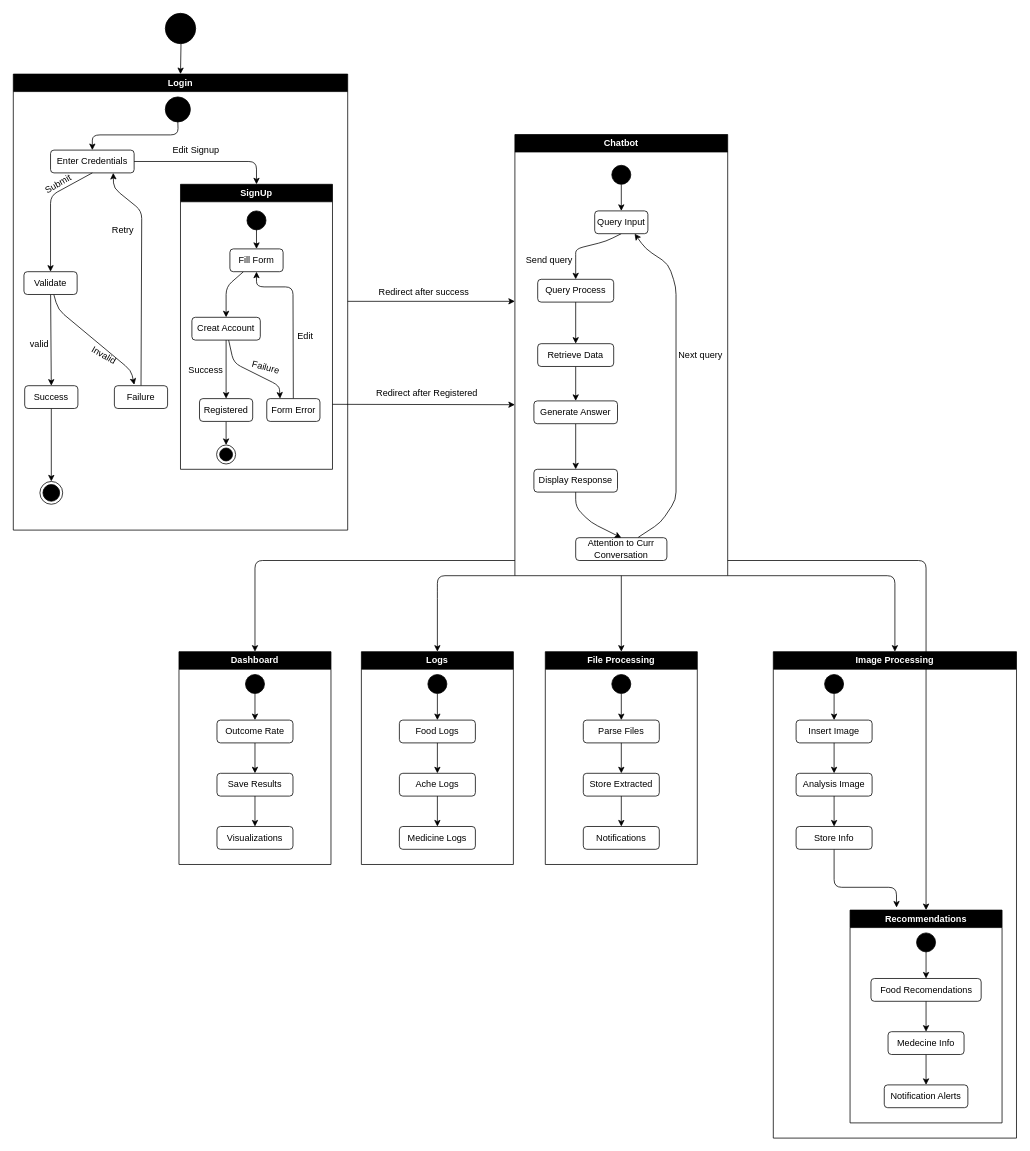
The draw.io diagram lib/diagrams/drawio/state_diagrame.drawio in AbdelmenamAdel/Diamate, before the edit. Source tidied: cells renumbered, new cells numbered last; positions are measured from the earlier drawing's top-left corner, leaving out a move shared by most shapes. Both pictures are drawn from the tidied source at 76%, with x=0, y=0 at pixel (13, 13).
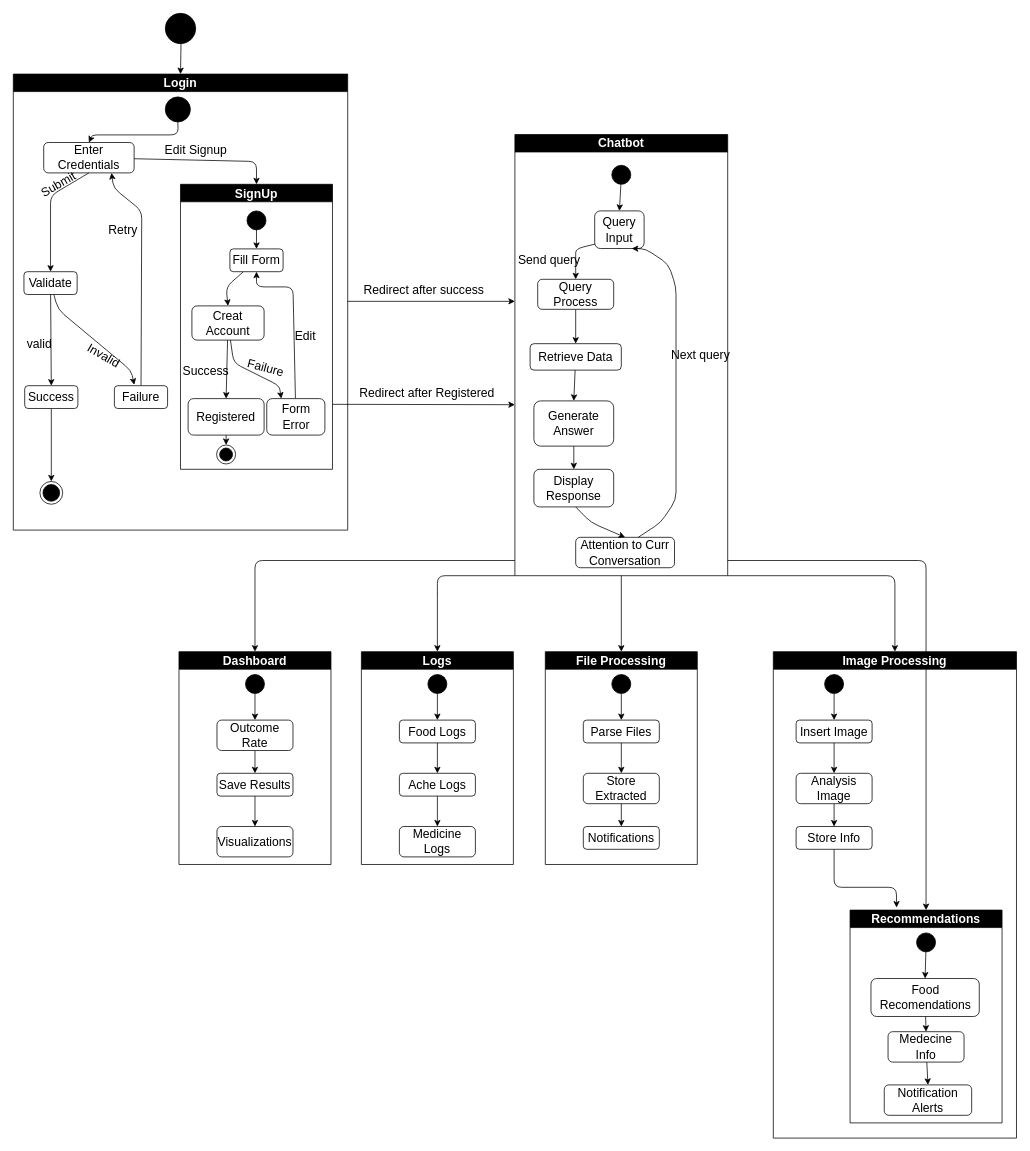
The same page after the edit.

Commit message (it also covers changes not shown here):
refactor: improve interceptor async handling, update food API endpoint, and add logging to food repository

Change to the diagram source:
```diff
@@
-    <mxCell id="5" value="&lt;font color=&quot;#ffffff&quot;&gt;Login&lt;/font&gt;" style="swimlane;whiteSpace=wrap;html=1;fillColor=#000000;" parent="1" vertex="1">
+    <mxCell id="5" value="&lt;font color=&quot;#ffffff&quot;&gt;Login&lt;/font&gt;" style="swimlane;whiteSpace=wrap;html=1;fillColor=#000000;fontSize=16;" parent="1" vertex="1">
       <mxGeometry y="80" width="440" height="600" as="geometry" />
     </mxCell>
-    <mxCell id="6" value="Enter Credentials" style="rounded=1;whiteSpace=wrap;html=1;" parent="5" vertex="1">
-      <mxGeometry x="49" y="100" width="110" height="30" as="geometry" />
+    <mxCell id="6" value="Enter Credentials" style="rounded=1;whiteSpace=wrap;html=1;fontSize=16;" parent="5" vertex="1">
+      <mxGeometry x="40" y="90" width="119" height="40" as="geometry" />
     </mxCell>
@@
-    <mxCell id="9" value="Validate" style="rounded=1;whiteSpace=wrap;html=1;" parent="5" vertex="1">
+    <mxCell id="9" value="Validate" style="rounded=1;whiteSpace=wrap;html=1;fontSize=16;" parent="5" vertex="1">
       <mxGeometry x="14" y="260" width="70" height="30" as="geometry" />
     </mxCell>
@@
-    <mxCell id="11" value="Submit" style="text;html=1;align=center;verticalAlign=middle;strokeColor=none;fillColor=none;rotation=-30;" parent="5" vertex="1">
+    <mxCell id="11" value="Submit" style="text;html=1;align=center;verticalAlign=middle;strokeColor=none;fillColor=none;rotation=-30;fontSize=16;" parent="5" vertex="1">
       <mxGeometry x="29" y="130" width="60" height="30" as="geometry" />
     </mxCell>
@@
-    <mxCell id="13" value="Success" style="whiteSpace=wrap;html=1;rounded=1;" parent="5" vertex="1">
+    <mxCell id="13" value="Success" style="whiteSpace=wrap;html=1;rounded=1;fontSize=16;" parent="5" vertex="1">
       <mxGeometry x="15" y="410" width="70" height="30" as="geometry" />
     </mxCell>
@@
-    <mxCell id="15" value="Failure" style="whiteSpace=wrap;html=1;rounded=1;" parent="5" vertex="1">
+    <mxCell id="15" value="Failure" style="whiteSpace=wrap;html=1;rounded=1;fontSize=16;" parent="5" vertex="1">
       <mxGeometry x="133" y="410" width="70" height="30" as="geometry" />
     </mxCell>
-    <mxCell id="16" value="valid" style="text;html=1;align=center;verticalAlign=middle;strokeColor=none;fillColor=none;" parent="5" vertex="1">
+    <mxCell id="16" value="valid" style="text;html=1;align=center;verticalAlign=middle;strokeColor=none;fillColor=none;fontSize=16;" parent="5" vertex="1">
       <mxGeometry x="9" y="340" width="50" height="30" as="geometry" />
     </mxCell>
-    <mxCell id="17" value="Retry" style="text;html=1;align=center;verticalAlign=middle;strokeColor=none;fillColor=none;" parent="5" vertex="1">
+    <mxCell id="17" value="Retry" style="text;html=1;align=center;verticalAlign=middle;strokeColor=none;fillColor=none;fontSize=16;" parent="5" vertex="1">
       <mxGeometry x="119" y="190" width="50" height="30" as="geometry" />
     </mxCell>
@@
-    <mxCell id="21" value="SignUp" style="swimlane;whiteSpace=wrap;html=1;strokeColor=#000000;fontColor=#FFFFFF;fillColor=#000000;" parent="5" vertex="1">
+    <mxCell id="21" value="SignUp" style="swimlane;whiteSpace=wrap;html=1;strokeColor=#000000;fontColor=#FFFFFF;fillColor=#000000;fontSize=16;" parent="5" vertex="1">
       <mxGeometry x="220" y="145" width="200" height="375" as="geometry" />
     </mxCell>
@@
-    <mxCell id="25" value="Fill Form" style="whiteSpace=wrap;html=1;rounded=1;" parent="21" vertex="1">
+    <mxCell id="25" value="Fill Form" style="whiteSpace=wrap;html=1;rounded=1;fontSize=16;" parent="21" vertex="1">
       <mxGeometry x="65" y="85" width="70" height="30" as="geometry" />
     </mxCell>
@@
-    <mxCell id="28" value="Creat Account" style="whiteSpace=wrap;html=1;rounded=1;" parent="21" vertex="1">
-      <mxGeometry x="15" y="175" width="90" height="30" as="geometry" />
+    <mxCell id="28" value="Creat Account" style="whiteSpace=wrap;html=1;rounded=1;fontSize=16;" parent="21" vertex="1">
+      <mxGeometry x="15" y="160" width="95" height="45" as="geometry" />
     </mxCell>
@@
-    <mxCell id="30" value="Registered" style="whiteSpace=wrap;html=1;rounded=1;" parent="21" vertex="1">
-      <mxGeometry x="25" y="282" width="70" height="30" as="geometry" />
+    <mxCell id="30" value="Registered" style="whiteSpace=wrap;html=1;rounded=1;fontSize=16;" parent="21" vertex="1">
+      <mxGeometry x="10" y="282" width="100" height="48" as="geometry" />
     </mxCell>
@@
-    <mxCell id="33" value="Form Error" style="whiteSpace=wrap;html=1;rounded=1;" parent="21" vertex="1">
-      <mxGeometry x="113.5" y="282" width="70" height="30" as="geometry" />
+    <mxCell id="33" value="Form Error" style="whiteSpace=wrap;html=1;rounded=1;fontSize=16;" parent="21" vertex="1">
+      <mxGeometry x="113.5" y="282" width="76.5" height="48" as="geometry" />
     </mxCell>
-    <mxCell id="34" value="Edit" style="text;html=1;align=center;verticalAlign=middle;strokeColor=none;fillColor=none;fontColor=#000000;" parent="21" vertex="1">
+    <mxCell id="34" value="Edit" style="text;html=1;align=center;verticalAlign=middle;strokeColor=none;fillColor=none;fontColor=#000000;fontSize=16;" parent="21" vertex="1">
       <mxGeometry x="143.5" y="185" width="40" height="30" as="geometry" />
     </mxCell>
@@
-    <mxCell id="36" value="Invalid" style="text;html=1;align=center;verticalAlign=middle;strokeColor=none;fillColor=none;rotation=30;" parent="1" vertex="1">
+    <mxCell id="36" value="Invalid" style="text;html=1;align=center;verticalAlign=middle;strokeColor=none;fillColor=none;rotation=30;fontSize=16;" parent="1" vertex="1">
       <mxGeometry x="89" y="435" width="60" height="30" as="geometry" />
     </mxCell>
-    <mxCell id="37" value="&lt;font color=&quot;#000000&quot;&gt;Edit Signup&lt;/font&gt;" style="text;html=1;align=center;verticalAlign=middle;strokeColor=none;fillColor=none;fontColor=#FFFFFF;" parent="1" vertex="1">
+    <mxCell id="37" value="&lt;font color=&quot;#000000&quot;&gt;Edit Signup&lt;/font&gt;" style="text;html=1;align=center;verticalAlign=middle;strokeColor=none;fillColor=none;fontColor=#FFFFFF;fontSize=16;" parent="1" vertex="1">
       <mxGeometry x="200" y="165" width="80" height="30" as="geometry" />
     </mxCell>
-    <mxCell id="38" value="Success" style="text;html=1;align=center;verticalAlign=middle;strokeColor=none;fillColor=none;fontColor=#000000;" parent="1" vertex="1">
+    <mxCell id="38" value="Success" style="text;html=1;align=center;verticalAlign=middle;strokeColor=none;fillColor=none;fontColor=#000000;fontSize=16;" parent="1" vertex="1">
       <mxGeometry x="218" y="455" width="70" height="30" as="geometry" />
     </mxCell>
-    <mxCell id="39" value="Failure" style="text;html=1;align=center;verticalAlign=middle;strokeColor=none;fillColor=none;fontColor=#000000;rotation=15;" parent="1" vertex="1">
+    <mxCell id="39" value="Failure" style="text;html=1;align=center;verticalAlign=middle;strokeColor=none;fillColor=none;fontColor=#000000;rotation=15;fontSize=16;" parent="1" vertex="1">
       <mxGeometry x="302" y="451" width="60" height="30" as="geometry" />
     </mxCell>
@@
-    <mxCell id="45" value="&lt;font color=&quot;#ffffff&quot;&gt;Chatbot&lt;br&gt;&lt;/font&gt;" style="swimlane;whiteSpace=wrap;html=1;strokeColor=#000000;fontColor=#000000;fillColor=#000000;" parent="1" vertex="1">
+    <mxCell id="45" value="&lt;font color=&quot;#ffffff&quot;&gt;Chatbot&lt;br&gt;&lt;/font&gt;" style="swimlane;whiteSpace=wrap;html=1;strokeColor=#000000;fontColor=#000000;fillColor=#000000;fontSize=16;" parent="1" vertex="1">
       <mxGeometry x="660" y="159.5" width="280" height="580.5" as="geometry" />
     </mxCell>
@@
-    <mxCell id="49" value="Query Input" style="whiteSpace=wrap;html=1;rounded=1;" parent="45" vertex="1">
-      <mxGeometry x="105" y="100.5" width="70" height="30" as="geometry" />
+    <mxCell id="49" value="Query Input" style="whiteSpace=wrap;html=1;rounded=1;fontSize=16;" parent="45" vertex="1">
+      <mxGeometry x="105" y="100.5" width="65" height="49.5" as="geometry" />
     </mxCell>
@@
-    <mxCell id="51" value="Generate Answer" style="whiteSpace=wrap;html=1;rounded=1;" parent="45" vertex="1">
-      <mxGeometry x="25" y="350.5" width="110" height="30" as="geometry" />
+    <mxCell id="51" value="Generate Answer" style="whiteSpace=wrap;html=1;rounded=1;fontSize=16;" parent="45" vertex="1">
+      <mxGeometry x="25" y="350.5" width="105" height="59.5" as="geometry" />
     </mxCell>
@@
-    <mxCell id="53" value="Retrieve Data" style="whiteSpace=wrap;html=1;rounded=1;" parent="45" vertex="1">
-      <mxGeometry x="30" y="275.2" width="100" height="30" as="geometry" />
+    <mxCell id="53" value="Retrieve Data" style="whiteSpace=wrap;html=1;rounded=1;fontSize=16;" parent="45" vertex="1">
+      <mxGeometry x="20" y="275.2" width="120" height="34.8" as="geometry" />
     </mxCell>
@@
-    <mxCell id="55" value="Query Process" style="whiteSpace=wrap;html=1;rounded=1;" parent="45" vertex="1">
-      <mxGeometry x="30" y="190.5" width="100" height="30" as="geometry" />
+    <mxCell id="55" value="Query Process" style="whiteSpace=wrap;html=1;rounded=1;fontSize=16;" parent="45" vertex="1">
+      <mxGeometry x="30" y="190.5" width="100" height="39.5" as="geometry" />
     </mxCell>
-    <mxCell id="56" value="Attention to Curr Conversation" style="whiteSpace=wrap;html=1;rounded=1;" parent="45" vertex="1">
-      <mxGeometry x="80" y="530.5" width="120" height="30" as="geometry" />
+    <mxCell id="56" value="Attention to Curr Conversation" style="whiteSpace=wrap;html=1;rounded=1;fontSize=16;" parent="45" vertex="1">
+      <mxGeometry x="80" y="530" width="130" height="40" as="geometry" />
     </mxCell>
@@
-    <mxCell id="58" value="Display Response" style="whiteSpace=wrap;html=1;rounded=1;" parent="45" vertex="1">
-      <mxGeometry x="25" y="440.5" width="110" height="30" as="geometry" />
+    <mxCell id="58" value="Display Response" style="whiteSpace=wrap;html=1;rounded=1;fontSize=16;" parent="45" vertex="1">
+      <mxGeometry x="25" y="440.5" width="105" height="49.5" as="geometry" />
     </mxCell>
-    <mxCell id="59" value="Send query" style="text;html=1;align=center;verticalAlign=middle;strokeColor=none;fillColor=none;fontColor=#000000;" parent="45" vertex="1">
+    <mxCell id="59" value="Send query" style="text;html=1;align=center;verticalAlign=middle;strokeColor=none;fillColor=none;fontColor=#000000;fontSize=16;" parent="45" vertex="1">
       <mxGeometry x="5" y="150.5" width="80" height="30" as="geometry" />
     </mxCell>
-    <mxCell id="60" value="Next query" style="text;html=1;align=center;verticalAlign=middle;strokeColor=none;fillColor=none;fontColor=#000000;" parent="45" vertex="1">
+    <mxCell id="60" value="Next query" style="text;html=1;align=center;verticalAlign=middle;strokeColor=none;fillColor=none;fontColor=#000000;fontSize=16;" parent="45" vertex="1">
       <mxGeometry x="204" y="275.2" width="80" height="30" as="geometry" />
     </mxCell>
@@
-    <mxCell id="63" value="&lt;font color=&quot;#000000&quot;&gt;Redirect after success&lt;br&gt;&lt;br&gt;&lt;/font&gt;" style="text;html=1;align=center;verticalAlign=middle;strokeColor=none;fillColor=none;fontColor=#FFFFFF;" parent="1" vertex="1">
+    <mxCell id="63" value="&lt;font color=&quot;#000000&quot;&gt;Redirect after success&lt;br&gt;&lt;br&gt;&lt;/font&gt;" style="text;html=1;align=center;verticalAlign=middle;strokeColor=none;fillColor=none;fontColor=#FFFFFF;fontSize=16;" parent="1" vertex="1">
       <mxGeometry x="470" y="354" width="140" height="40" as="geometry" />
     </mxCell>
-    <mxCell id="64" value="Redirect after Registered" style="text;html=1;align=center;verticalAlign=middle;strokeColor=none;fillColor=none;fontColor=#000000;" parent="1" vertex="1">
+    <mxCell id="64" value="Redirect after Registered" style="text;html=1;align=center;verticalAlign=middle;strokeColor=none;fillColor=none;fontColor=#000000;fontSize=16;" parent="1" vertex="1">
       <mxGeometry x="464" y="484.8" width="160" height="30" as="geometry" />
     </mxCell>
-    <mxCell id="65" value="&lt;font color=&quot;#ffffff&quot;&gt;Dashboard&lt;/font&gt;" style="swimlane;whiteSpace=wrap;html=1;strokeColor=#000000;fontColor=#000000;fillColor=#000000;" parent="1" vertex="1">
+    <mxCell id="65" value="&lt;font color=&quot;#ffffff&quot;&gt;Dashboard&lt;/font&gt;" style="swimlane;whiteSpace=wrap;html=1;strokeColor=#000000;fontColor=#000000;fillColor=#000000;fontSize=16;" parent="1" vertex="1">
       <mxGeometry x="218" y="840" width="200" height="280" as="geometry" />
     </mxCell>
@@
-    <mxCell id="67" value="Outcome Rate" style="whiteSpace=wrap;html=1;rounded=1;" parent="65" vertex="1">
-      <mxGeometry x="50" y="90" width="100" height="30" as="geometry" />
+    <mxCell id="67" value="Outcome Rate" style="whiteSpace=wrap;html=1;rounded=1;fontSize=16;" parent="65" vertex="1">
+      <mxGeometry x="50" y="90" width="100" height="40" as="geometry" />
     </mxCell>
-    <mxCell id="68" value="Visualizations" style="whiteSpace=wrap;html=1;rounded=1;" parent="65" vertex="1">
-      <mxGeometry x="50" y="230" width="100" height="30" as="geometry" />
+    <mxCell id="68" value="Visualizations" style="whiteSpace=wrap;html=1;rounded=1;fontSize=16;" parent="65" vertex="1">
+      <mxGeometry x="50" y="230" width="100" height="40" as="geometry" />
     </mxCell>
@@
-    <mxCell id="70" value="Save Results" style="whiteSpace=wrap;html=1;rounded=1;" parent="65" vertex="1">
+    <mxCell id="70" value="Save Results" style="whiteSpace=wrap;html=1;rounded=1;fontSize=16;" parent="65" vertex="1">
       <mxGeometry x="50" y="160" width="100" height="30" as="geometry" />
     </mxCell>
@@
-    <mxCell id="73" value="&lt;font color=&quot;#ffffff&quot;&gt;Image Processing&lt;/font&gt;" style="swimlane;whiteSpace=wrap;html=1;strokeColor=#000000;fontColor=#000000;fillColor=#000000;" parent="1" vertex="1">
+    <mxCell id="73" value="&lt;font color=&quot;#ffffff&quot;&gt;Image Processing&lt;/font&gt;" style="swimlane;whiteSpace=wrap;html=1;strokeColor=#000000;fontColor=#000000;fillColor=#000000;fontSize=16;" parent="1" vertex="1">
       <mxGeometry x="1000" y="840" width="320" height="640" as="geometry" />
     </mxCell>
-    <mxCell id="74" value="Insert Image" style="whiteSpace=wrap;html=1;rounded=1;" parent="73" vertex="1">
+    <mxCell id="74" value="Insert Image" style="whiteSpace=wrap;html=1;rounded=1;fontSize=16;" parent="73" vertex="1">
       <mxGeometry x="30" y="90" width="100" height="30" as="geometry" />
     </mxCell>
@@
-    <mxCell id="76" value="Store Info" style="whiteSpace=wrap;html=1;rounded=1;" parent="73" vertex="1">
+    <mxCell id="76" value="Store Info" style="whiteSpace=wrap;html=1;rounded=1;fontSize=16;" parent="73" vertex="1">
       <mxGeometry x="30" y="230" width="100" height="30" as="geometry" />
     </mxCell>
@@
-    <mxCell id="78" value="Analysis Image" style="whiteSpace=wrap;html=1;rounded=1;" parent="73" vertex="1">
-      <mxGeometry x="30" y="160" width="100" height="30" as="geometry" />
+    <mxCell id="78" value="Analysis Image" style="whiteSpace=wrap;html=1;rounded=1;fontSize=16;" parent="73" vertex="1">
+      <mxGeometry x="30" y="160" width="100" height="40" as="geometry" />
     </mxCell>
@@
-    <mxCell id="82" value="&lt;font color=&quot;#ffffff&quot;&gt;Recommendations&lt;/font&gt;" style="swimlane;whiteSpace=wrap;html=1;strokeColor=#000000;fontColor=#000000;fillColor=#000000;" parent="73" vertex="1">
+    <mxCell id="82" value="&lt;font color=&quot;#ffffff&quot;&gt;Recommendations&lt;/font&gt;" style="swimlane;whiteSpace=wrap;html=1;strokeColor=#000000;fontColor=#000000;fillColor=#000000;fontSize=16;" parent="73" vertex="1">
       <mxGeometry x="101" y="340" width="200" height="280" as="geometry" />
     </mxCell>
-    <mxCell id="83" value="Food Recomendations" style="whiteSpace=wrap;html=1;rounded=1;" parent="82" vertex="1">
-      <mxGeometry x="27.5" y="90" width="145" height="30" as="geometry" />
+    <mxCell id="83" value="Food Recomendations" style="whiteSpace=wrap;html=1;rounded=1;fontSize=16;" parent="82" vertex="1">
+      <mxGeometry x="27.5" y="90" width="142.5" height="50" as="geometry" />
     </mxCell>
-    <mxCell id="84" value="Notification Alerts" style="whiteSpace=wrap;html=1;rounded=1;" parent="82" vertex="1">
-      <mxGeometry x="45" y="230" width="110" height="30" as="geometry" />
+    <mxCell id="84" value="Notification Alerts" style="whiteSpace=wrap;html=1;rounded=1;fontSize=16;" parent="82" vertex="1">
+      <mxGeometry x="45" y="230" width="115" height="40" as="geometry" />
     </mxCell>
@@
-    <mxCell id="86" value="Medecine Info" style="whiteSpace=wrap;html=1;rounded=1;" parent="82" vertex="1">
-      <mxGeometry x="50" y="160" width="100" height="30" as="geometry" />
+    <mxCell id="86" value="Medecine Info" style="whiteSpace=wrap;html=1;rounded=1;fontSize=16;" parent="82" vertex="1">
+      <mxGeometry x="50" y="160" width="100" height="40" as="geometry" />
     </mxCell>
@@
-    <mxCell id="90" value="&lt;font color=&quot;#ffffff&quot;&gt;File Processing&lt;/font&gt;" style="swimlane;whiteSpace=wrap;html=1;strokeColor=#000000;fontColor=#000000;fillColor=#000000;" parent="1" vertex="1">
+    <mxCell id="90" value="&lt;font color=&quot;#ffffff&quot;&gt;File Processing&lt;/font&gt;" style="swimlane;whiteSpace=wrap;html=1;strokeColor=#000000;fontColor=#000000;fillColor=#000000;fontSize=16;" parent="1" vertex="1">
       <mxGeometry x="700" y="840" width="200" height="280" as="geometry" />
     </mxCell>
-    <mxCell id="91" value="Parse Files" style="whiteSpace=wrap;html=1;rounded=1;" parent="90" vertex="1">
+    <mxCell id="91" value="Parse Files" style="whiteSpace=wrap;html=1;rounded=1;fontSize=16;" parent="90" vertex="1">
       <mxGeometry x="50" y="90" width="100" height="30" as="geometry" />
     </mxCell>
-    <mxCell id="92" value="Notifications" style="whiteSpace=wrap;html=1;rounded=1;" parent="90" vertex="1">
+    <mxCell id="92" value="Notifications" style="whiteSpace=wrap;html=1;rounded=1;fontSize=16;" parent="90" vertex="1">
       <mxGeometry x="50" y="230" width="100" height="30" as="geometry" />
     </mxCell>
@@
-    <mxCell id="94" value="Store Extracted" style="whiteSpace=wrap;html=1;rounded=1;" parent="90" vertex="1">
-      <mxGeometry x="50" y="160" width="100" height="30" as="geometry" />
+    <mxCell id="94" value="Store Extracted" style="whiteSpace=wrap;html=1;rounded=1;fontSize=16;" parent="90" vertex="1">
+      <mxGeometry x="50" y="160" width="100" height="40" as="geometry" />
     </mxCell>
@@
-    <mxCell id="98" value="&lt;font color=&quot;#ffffff&quot;&gt;Logs&lt;/font&gt;" style="swimlane;whiteSpace=wrap;html=1;strokeColor=#000000;fontColor=#000000;fillColor=#000000;" parent="1" vertex="1">
+    <mxCell id="98" value="&lt;font color=&quot;#ffffff&quot;&gt;Logs&lt;/font&gt;" style="swimlane;whiteSpace=wrap;html=1;strokeColor=#000000;fontColor=#000000;fillColor=#000000;fontSize=16;" parent="1" vertex="1">
       <mxGeometry x="458" y="840" width="200" height="280" as="geometry" />
     </mxCell>
-    <mxCell id="99" value="Food Logs" style="whiteSpace=wrap;html=1;rounded=1;" parent="98" vertex="1">
+    <mxCell id="99" value="Food Logs" style="whiteSpace=wrap;html=1;rounded=1;fontSize=16;" parent="98" vertex="1">
       <mxGeometry x="50" y="90" width="100" height="30" as="geometry" />
     </mxCell>
-    <mxCell id="100" value="Medicine Logs" style="whiteSpace=wrap;html=1;rounded=1;" parent="98" vertex="1">
-      <mxGeometry x="50" y="230" width="100" height="30" as="geometry" />
+    <mxCell id="100" value="Medicine Logs" style="whiteSpace=wrap;html=1;rounded=1;fontSize=16;" parent="98" vertex="1">
+      <mxGeometry x="50" y="230" width="100" height="40" as="geometry" />
     </mxCell>
@@
-    <mxCell id="102" value="Ache Logs" style="whiteSpace=wrap;html=1;rounded=1;" parent="98" vertex="1">
+    <mxCell id="102" value="Ache Logs" style="whiteSpace=wrap;html=1;rounded=1;fontSize=16;" parent="98" vertex="1">
       <mxGeometry x="50" y="160" width="100" height="30" as="geometry" />
     </mxCell>
```
